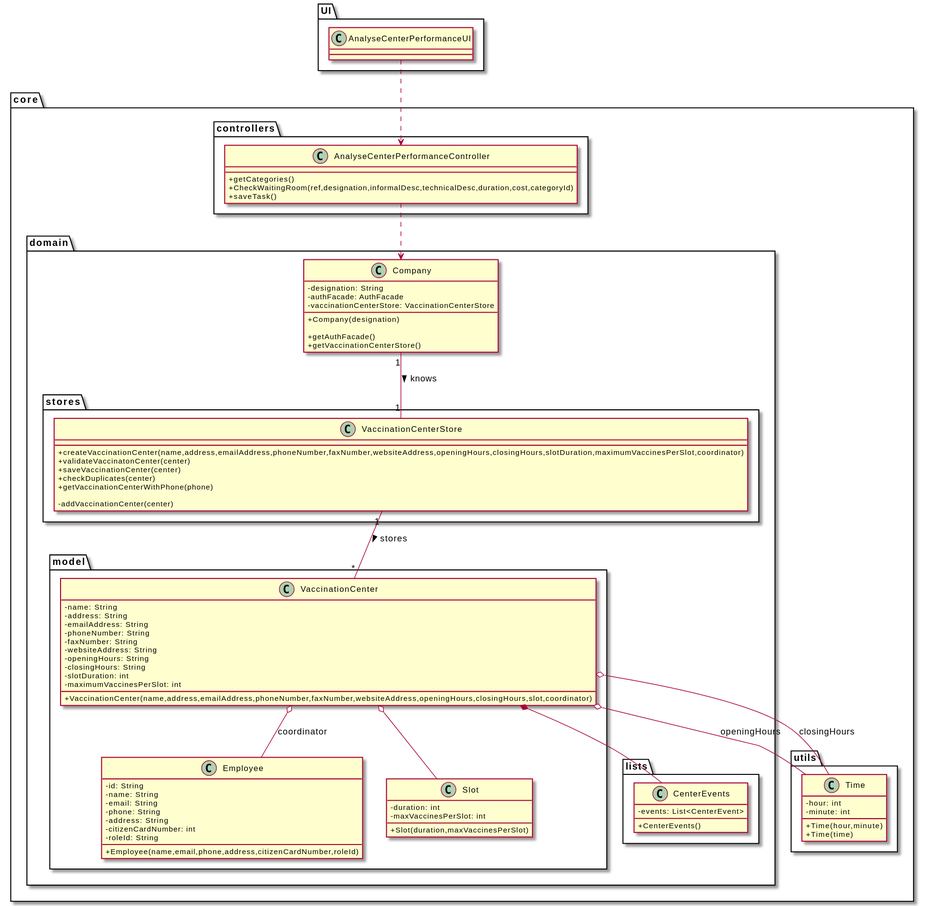
Above: docs/SprintD/US16/CD/US16_CD.svg in miseEnPlace-i/lapr2 (PlantUML), before the change.
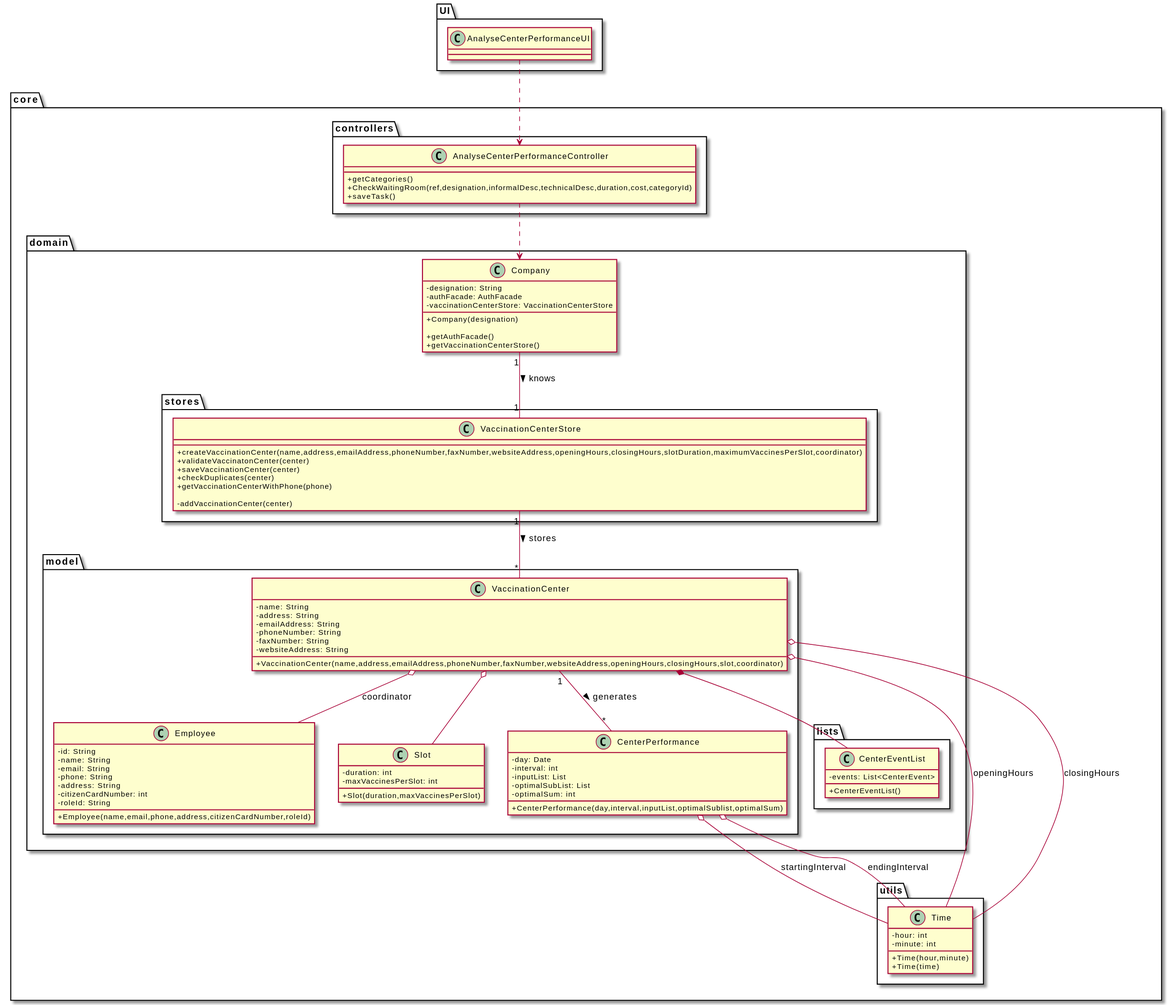
The same diagram one commit later.

Diff of the diagram source:
```diff
@@ -20,10 +20,10 @@
     }
 
     package lists {
-      class CenterEvents {
+      class CenterEventList {
         - events: List<CenterEvent>
 
-        +CenterEvents()
+        +CenterEventList()
       }
     }
 
@@ -35,10 +35,6 @@
         - phoneNumber: String
         - faxNumber: String
         - websiteAddress: String
-        - openingHours: String
-        - closingHours: String
-        - slotDuration: int
-        - maximumVaccinesPerSlot: int
 
         +VaccinationCenter(name,address,emailAddress,phoneNumber,faxNumber,websiteAddress,openingHours,closingHours,slot,coordinator)
       }
@@ -60,6 +56,16 @@
         -maxVaccinesPerSlot: int
 
         +Slot(duration,maxVaccinesPerSlot)
+      }
+
+      class CenterPerformance {
+        - day: Date
+        - interval: int
+        - inputList: List
+        - optimalSubList: List
+        - optimalSum: int
+
+        +CenterPerformance(day,interval,inputList,optimalSublist,optimalSum)
       }
     }
 
@@ -103,9 +109,15 @@
 VaccinationCenter o-- Time : openingHours
 VaccinationCenter o-- Time : closingHours
 VaccinationCenter o-- Slot
-VaccinationCenter *-- CenterEvents
+VaccinationCenter *-- CenterEventList
+
+VaccinationCenter "1" -- "*" CenterPerformance : generates >
+
+CenterPerformance o-- Time : startingInterval
+CenterPerformance o-- Time : endingInterval
 
 VaccinationCenterStore "1" -- "*" VaccinationCenter : stores >
 
 Company "1" -- "1" VaccinationCenterStore : knows >
+
 @enduml
```
